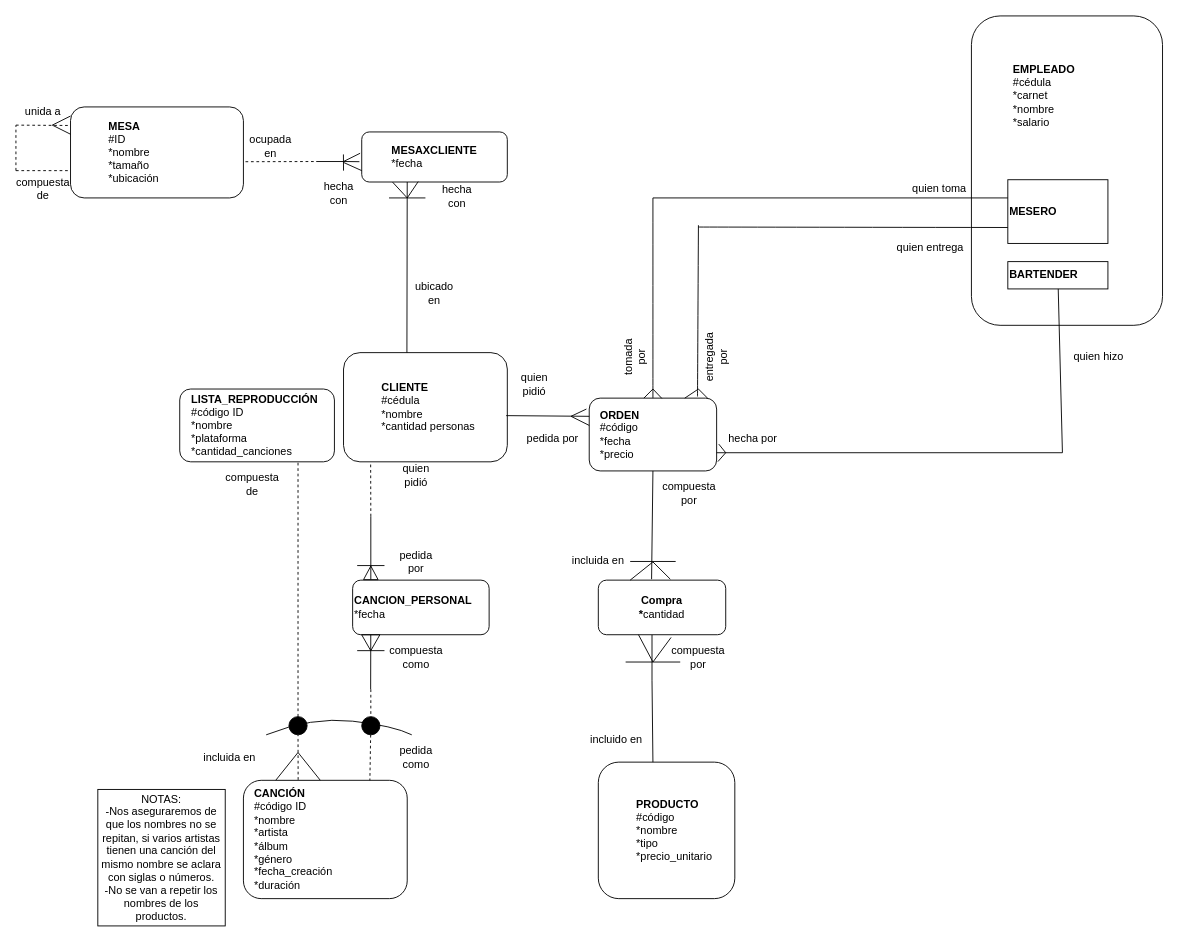
Above: Trabajo4/ModeloER.drawio in M1moreno/EntregasBD (draw.io), before the change. Source tidied: cells renumbered, new cells numbered last; positions are measured from the earlier drawing's top-left corner, leaving out a move shared by most shapes. Both pictures are drawn from the tidied source at 91%, with x=0, y=0 at pixel (15, 15). Pictures stored in the file or linked from it are replaced by grey dashed boxes.
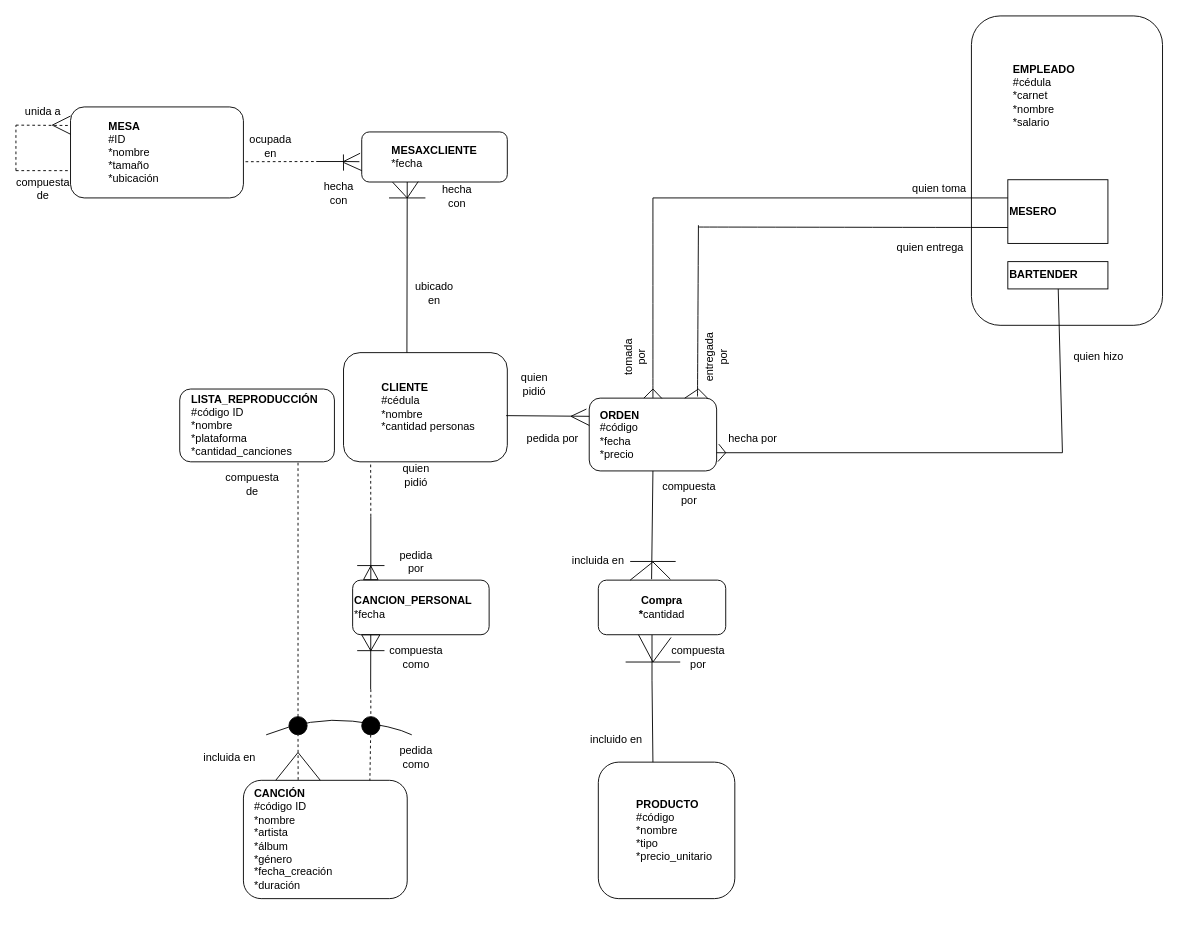
After the change.

Change to the diagram source:
```diff
@@
-    <mxCell id="54" value="NOTAS:&lt;br&gt;-Nos aseguraremos de que los nombres no se repitan, si varios artistas tienen una canción del mismo nombre se aclara con siglas o números.&lt;br&gt;-No se van a repetir los nombres de los productos." style="rounded=0;whiteSpace=wrap;html=1;" parent="1" vertex="1">
-      <mxGeometry x="90" y="850" width="140" height="150" as="geometry" />
-    </mxCell>
```
